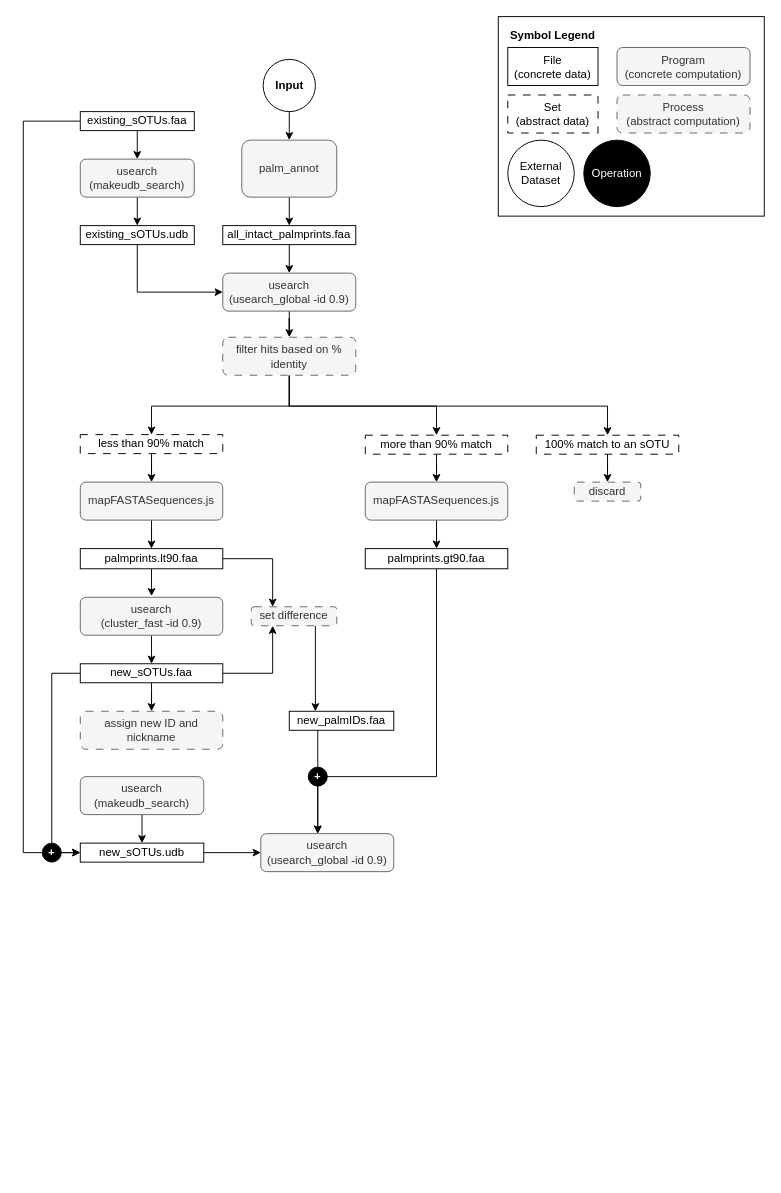
The draw.io diagram script/palmdb/sOTU Assigment Workflow.drawio in serratus-bio/logan-backend, before the edit. Source tidied: cells renumbered, new cells numbered last; positions are measured from the earlier drawing's top-left corner, leaving out a move shared by most shapes. Both pictures are drawn from the tidied source at 95%, with x=0, y=0 at pixel (23, 16).
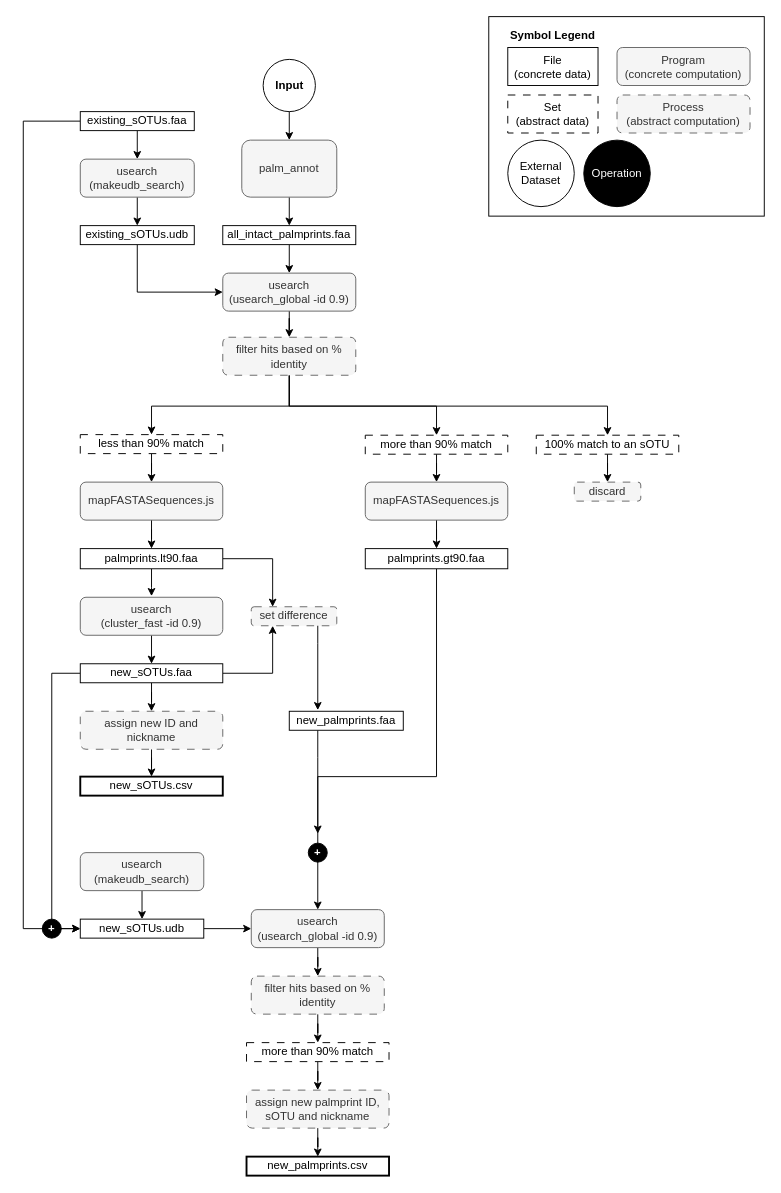
Above is the later version.

Unchanged cells that the change refers to:
```xml
<mxCell id="11" value="&lt;div&gt;existing_sOTUs.faa&lt;/div&gt;" style="rounded=0;whiteSpace=wrap;html=1;" parent="1" vertex="1">
  <mxGeometry x="60" y="100" width="120" height="20" as="geometry" />
</mxCell>
<mxCell id="40" value="&lt;div&gt;new_sOTUs.faa&lt;/div&gt;" style="rounded=0;whiteSpace=wrap;html=1;" parent="1" vertex="1">
  <mxGeometry x="60" y="681.2" width="150" height="20" as="geometry" />
</mxCell>
<mxCell id="41" value="assign new ID and nickname" style="rounded=1;whiteSpace=wrap;html=1;fillColor=#f5f5f5;strokeColor=#666666;fontColor=#333333;dashed=1;dashPattern=8 8;" parent="1" vertex="1">
  <mxGeometry x="60" y="731.2" width="150" height="40" as="geometry" />
</mxCell>
<mxCell id="52" value="set difference" style="rounded=1;whiteSpace=wrap;html=1;fillColor=#f5f5f5;strokeColor=#666666;fontColor=#333333;dashed=1;dashPattern=8 8;" parent="1" vertex="1">
  <mxGeometry x="240" y="621.2" width="90" height="20" as="geometry" />
</mxCell>
```

Diff of the diagram source:
```diff
@@
     <mxCell id="2" style="rounded=0;whiteSpace=wrap;html=1;" parent="1" vertex="1">
-      <mxGeometry x="500" width="280" height="210" as="geometry" />
+      <mxGeometry x="490" width="290" height="210" as="geometry" />
     </mxCell>
@@
     <mxCell id="10" style="edgeStyle=orthogonalEdgeStyle;rounded=0;jettySize=auto;html=1;entryX=0;entryY=0.5;entryDx=0;entryDy=0;" parent="1" edge="1" source="11" target="58">
       <mxGeometry relative="1" as="geometry">
         <Array as="points">
           <mxPoint y="110" />
-          <mxPoint y="880" />
+          <mxPoint y="960" />
         </Array>
       </mxGeometry>
     </mxCell>
@@
     <mxCell id="39" style="edgeStyle=orthogonalEdgeStyle;rounded=0;jettySize=auto;html=1;entryX=0;entryY=0.5;entryDx=0;entryDy=0;" parent="1" edge="1" source="40" target="58">
       <mxGeometry relative="1" as="geometry">
         <Array as="points">
           <mxPoint x="30" y="691" />
-          <mxPoint x="30" y="880" />
+          <mxPoint x="30" y="960" />
         </Array>
       </mxGeometry>
     </mxCell>
@@
+    <mxCell id="63" style="edgeStyle=orthogonalEdgeStyle;rounded=0;jettySize=auto;html=1;entryX=0.5;entryY=0;entryDx=0;entryDy=0;" parent="1" edge="1" source="41" target="72">
+      <mxGeometry relative="1" as="geometry" />
+    </mxCell>
@@
-    <mxCell id="51" style="edgeStyle=orthogonalEdgeStyle;rounded=0;jettySize=auto;html=1;entryX=0.25;entryY=0;entryDx=0;entryDy=0;exitX=0.75;exitY=1;exitDx=0;exitDy=0;" parent="1" edge="1" source="52" target="54">
-      <mxGeometry relative="1" as="geometry" />
-    </mxCell>
@@
     <mxCell id="53" style="edgeStyle=orthogonalEdgeStyle;rounded=0;jettySize=auto;html=1;" parent="1" edge="1" source="54" target="61">
       <mxGeometry relative="1" as="geometry">
         <Array as="points">
-          <mxPoint x="310" y="830" />
-          <mxPoint x="310" y="830" />
+          <mxPoint x="310" y="780" />
+          <mxPoint x="310" y="780" />
         </Array>
       </mxGeometry>
     </mxCell>
-    <mxCell id="54" value="&lt;div&gt;new_palmIDs.faa&lt;/div&gt;" style="rounded=0;whiteSpace=wrap;html=1;" parent="1" vertex="1">
-      <mxGeometry x="280" y="731.2" width="110" height="20" as="geometry" />
+    <mxCell id="54" value="&lt;div&gt;new_palmprints.faa&lt;/div&gt;" style="rounded=0;whiteSpace=wrap;html=1;" parent="1" vertex="1">
+      <mxGeometry x="280" y="731.2" width="120" height="20" as="geometry" />
     </mxCell>
@@
     <mxCell id="56" value="&lt;div&gt;usearch&lt;/div&gt;&lt;div&gt;(makeudb_search)&lt;br&gt;&lt;/div&gt;" style="rounded=1;whiteSpace=wrap;html=1;fillColor=#f5f5f5;strokeColor=#666666;fontColor=#333333;" parent="1" vertex="1">
-      <mxGeometry x="60" y="800" width="130" height="40" as="geometry" />
+      <mxGeometry x="60" y="880" width="130" height="40" as="geometry" />
     </mxCell>
@@
     <mxCell id="58" value="&lt;div&gt;new_sOTUs.udb&lt;/div&gt;" style="rounded=0;whiteSpace=wrap;html=1;" parent="1" vertex="1">
-      <mxGeometry x="60" y="870" width="130" height="20" as="geometry" />
+      <mxGeometry x="60" y="950" width="130" height="20" as="geometry" />
     </mxCell>
@@
     <mxCell id="60" value="&lt;b&gt;+&lt;/b&gt;" style="ellipse;whiteSpace=wrap;html=1;fillStyle=auto;fillColor=#000000;fontColor=#FFFFFF;" parent="1" vertex="1">
-      <mxGeometry x="20" y="870" width="20" height="20" as="geometry" />
+      <mxGeometry x="20" y="950" width="20" height="20" as="geometry" />
     </mxCell>
+    <mxCell id="64" style="edgeStyle=orthogonalEdgeStyle;rounded=0;jettySize=auto;html=1;entryX=0.5;entryY=0;entryDx=0;entryDy=0;" parent="1" edge="1" source="61" target="67">
+      <mxGeometry relative="1" as="geometry" />
+    </mxCell>
     <mxCell id="61" value="&lt;div&gt;usearch&lt;/div&gt;&lt;div&gt;(usearch_global -id 0.9)&lt;br&gt;&lt;/div&gt;" style="rounded=1;whiteSpace=wrap;html=1;fillColor=#f5f5f5;strokeColor=#666666;fontColor=#333333;" parent="1" vertex="1">
-      <mxGeometry x="250" y="860" width="140" height="40" as="geometry" />
+      <mxGeometry x="240" y="940" width="140" height="40" as="geometry" />
     </mxCell>
     <mxCell id="62" value="&lt;b&gt;+&lt;/b&gt;" style="ellipse;whiteSpace=wrap;html=1;fillStyle=auto;fillColor=#000000;fontColor=#FFFFFF;" parent="1" vertex="1">
-      <mxGeometry x="300" y="790" width="20" height="20" as="geometry" />
+      <mxGeometry x="300" y="870" width="20" height="20" as="geometry" />
     </mxCell>
+    <mxCell id="65" style="edgeStyle=orthogonalEdgeStyle;rounded=0;jettySize=auto;html=1;" parent="1" edge="1" source="52">
+      <mxGeometry relative="1" as="geometry">
+        <mxPoint x="310" y="730" as="targetPoint" />
+        <Array as="points">
+          <mxPoint x="310" y="660" />
+          <mxPoint x="310" y="660" />
+        </Array>
+      </mxGeometry>
+    </mxCell>
+    <mxCell id="66" style="edgeStyle=orthogonalEdgeStyle;rounded=0;jettySize=auto;html=1;entryX=0.5;entryY=0;entryDx=0;entryDy=0;" parent="1" edge="1" source="67" target="69">
+      <mxGeometry relative="1" as="geometry" />
+    </mxCell>
+    <mxCell id="67" value="filter hits based on % identity" style="rounded=1;whiteSpace=wrap;html=1;fillColor=#f5f5f5;strokeColor=#666666;fontColor=#333333;dashed=1;dashPattern=8 8;" parent="1" vertex="1">
+      <mxGeometry x="240" y="1010" width="140" height="40" as="geometry" />
+    </mxCell>
+    <mxCell id="68" style="edgeStyle=orthogonalEdgeStyle;rounded=0;jettySize=auto;html=1;entryX=0.5;entryY=0;entryDx=0;entryDy=0;" parent="1" edge="1" source="69" target="71">
+      <mxGeometry relative="1" as="geometry" />
+    </mxCell>
+    <mxCell id="69" value="&lt;div&gt;&lt;span style=&quot;background-color: initial;&quot;&gt;more than 90% match&lt;/span&gt;&lt;br&gt;&lt;/div&gt;" style="rounded=0;whiteSpace=wrap;html=1;dashed=1;dashPattern=8 8;" parent="1" vertex="1">
+      <mxGeometry x="235" y="1080" width="150" height="20" as="geometry" />
+    </mxCell>
+    <mxCell id="70" style="edgeStyle=orthogonalEdgeStyle;rounded=0;jettySize=auto;html=1;entryX=0.5;entryY=0;entryDx=0;entryDy=0;" parent="1" edge="1" source="71" target="73">
+      <mxGeometry relative="1" as="geometry" />
+    </mxCell>
+    <mxCell id="71" value="assign new palmprint ID, sOTU and nickname" style="rounded=1;whiteSpace=wrap;html=1;fillColor=#f5f5f5;strokeColor=#666666;fontColor=#333333;dashed=1;dashPattern=8 8;" parent="1" vertex="1">
+      <mxGeometry x="235" y="1130" width="150" height="40" as="geometry" />
+    </mxCell>
+    <mxCell id="72" value="&lt;div&gt;new_sOTUs.csv&lt;/div&gt;" style="rounded=0;whiteSpace=wrap;html=1;strokeWidth=2;" parent="1" vertex="1">
+      <mxGeometry x="60" y="800" width="150" height="20" as="geometry" />
+    </mxCell>
+    <mxCell id="73" value="&lt;div&gt;new_palmprints.csv&lt;/div&gt;" style="rounded=0;whiteSpace=wrap;html=1;strokeWidth=2;" parent="1" vertex="1">
+      <mxGeometry x="235" y="1200" width="150" height="20" as="geometry" />
+    </mxCell>
```
